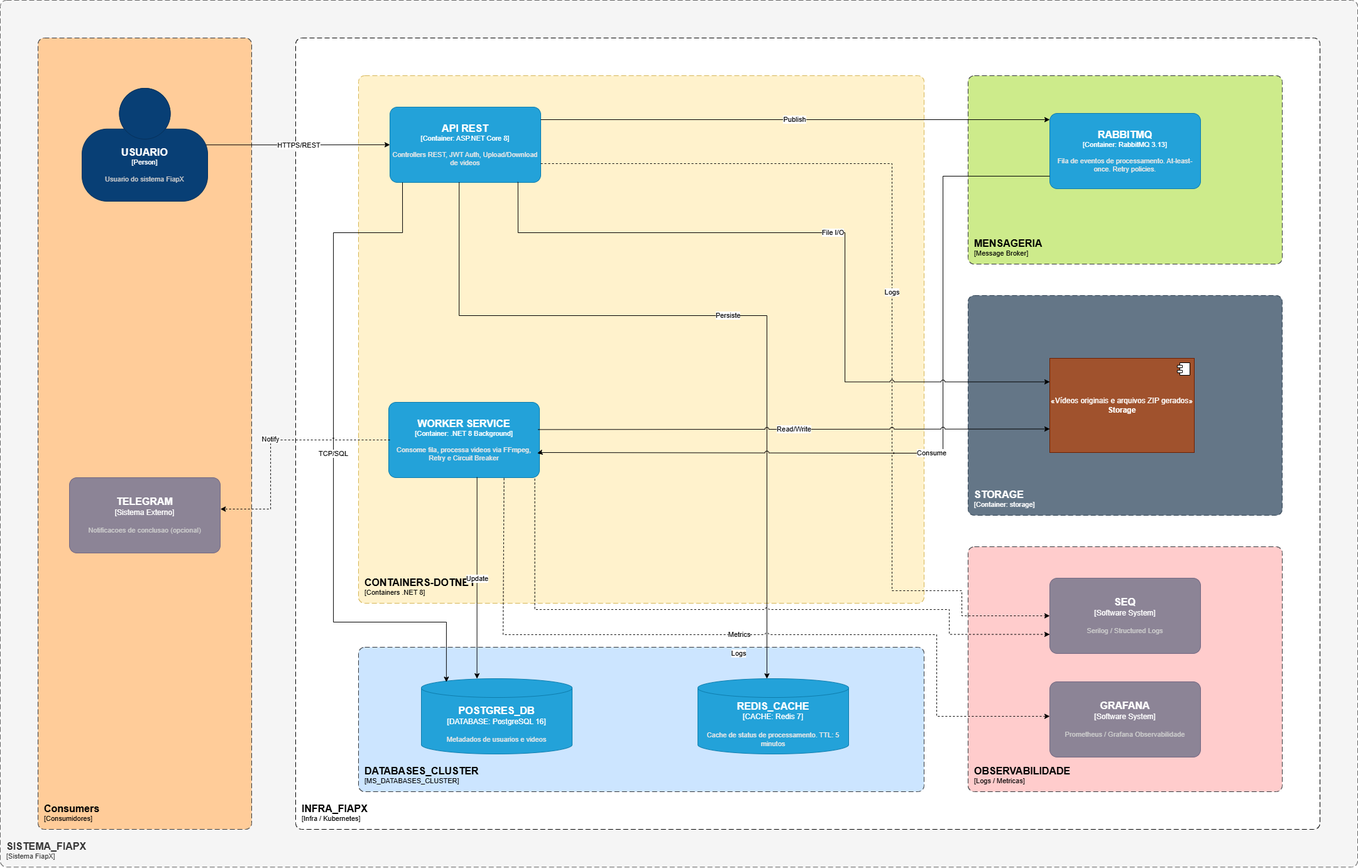
Earlier version of the draw.io export docs/diagrams/03-c4-nivel2-containers.png (PosTechFiap-Entregas/TechChallenge-fase-5-FIAP). Source tidied: cells renumbered, new cells last; positions are measured from the earlier drawing's top-left corner, leaving out a move shared by most shapes.
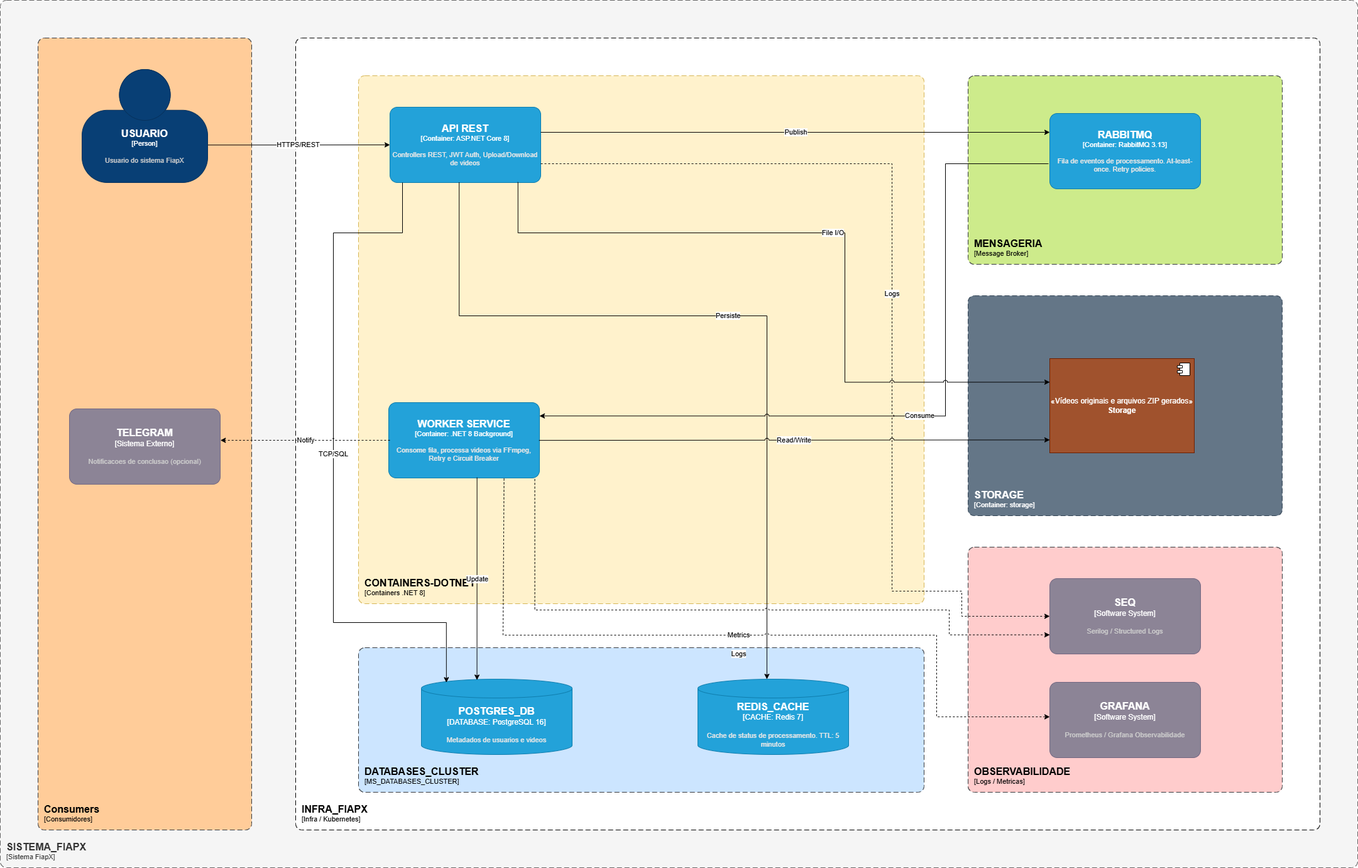
The same file after the commit.

Commit message:
Ajuste diagrama c4 nivel 2

Diff of the diagram source:
```diff
@@ -39,7 +39,7 @@
     </object>
     <object id="9" label="&lt;font style=&quot;font-size: 16px&quot;&gt;&lt;b&gt;%c4Name%&lt;/b&gt;&lt;/font&gt;&lt;div&gt;[%c4Type%]&lt;/div&gt;&lt;br&gt;&lt;div&gt;&lt;font style=&quot;font-size: 11px&quot;&gt;&lt;font color=&quot;#cccccc&quot;&gt;%c4Description%&lt;/font&gt;&lt;/div&gt;" c4Description="Usuario do sistema FiapX" c4Name="USUARIO" c4Type="Person" placeholders="1">
       <mxCell style="html=1;fontSize=11;dashed=0;whiteSpace=wrap;fillColor=#083F75;strokeColor=#06315C;fontColor=#ffffff;shape=mxgraph.c4.person2;align=center;points=[[0.5,0,0],[1,0.5,0],[1,0.75,0],[0.75,1,0],[0.5,1,0],[0.25,1,0],[0,0.75,0],[0,0.5,0]];" parent="1" vertex="1">
-        <mxGeometry x="130" y="140" width="200" height="180" as="geometry" />
+        <mxGeometry x="130" y="110" width="200" height="180" as="geometry" />
       </mxCell>
     </object>
     <object id="10" label="&lt;font style=&quot;font-size: 16px&quot;&gt;&lt;b&gt;%c4Name%&lt;/b&gt;&lt;/font&gt;&lt;div&gt;[%c4Type%:&amp;nbsp;%c4Technology%]&lt;/div&gt;&lt;br&gt;&lt;div&gt;&lt;font style=&quot;font-size: 11px&quot;&gt;&lt;font color=&quot;#E6E6E6&quot;&gt;%c4Description%&lt;/font&gt;&lt;/div&gt;" c4Description="Controllers REST, JWT Auth, Upload/Download de videos" c4Name="API REST" c4Technology="ASP.NET Core 8" c4Type="Container" placeholders="1">
@@ -74,10 +74,10 @@
     </object>
     <object id="16" label="&lt;font style=&quot;font-size: 16px&quot;&gt;&lt;b&gt;%c4Name%&lt;/b&gt;&lt;/font&gt;&lt;div&gt;[%c4Type%]&lt;/div&gt;&lt;br&gt;&lt;div&gt;&lt;font style=&quot;font-size: 11px&quot;&gt;&lt;font color=&quot;#cccccc&quot;&gt;%c4Description%&lt;/font&gt;&lt;/div&gt;" c4Description="Notificacoes de conclusao (opcional)" c4Name="TELEGRAM" c4Type="Sistema Externo" placeholders="1">
       <mxCell style="rounded=1;whiteSpace=wrap;html=1;labelBackgroundColor=none;fillColor=#8C8496;fontColor=#ffffff;align=center;arcSize=10;strokeColor=#736782;points=[[0.25,0,0],[0.5,0,0],[0.75,0,0],[1,0.25,0],[1,0.5,0],[1,0.75,0],[0.75,1,0],[0.5,1,0],[0.25,1,0],[0,0.75,0],[0,0.5,0],[0,0.25,0]];" parent="1" vertex="1">
-        <mxGeometry x="110" y="760" width="240" height="120" as="geometry" />
+        <mxGeometry x="110" y="650" width="240" height="120" as="geometry" />
       </mxCell>
     </object>
-    <mxCell id="17" value="HTTPS/REST" style="edgeStyle=orthogonalEdgeStyle;rounded=0;jettySize=auto;html=1;exitX=0.987;exitY=0.501;exitDx=0;exitDy=0;exitPerimeter=0;entryX=0;entryY=0.5;entryDx=0;entryDy=0;entryPerimeter=0;" parent="1" edge="1" source="9" target="10">
+    <mxCell id="17" value="HTTPS/REST" style="edgeStyle=orthogonalEdgeStyle;rounded=0;jettySize=auto;html=1;entryX=0;entryY=0.5;entryDx=0;entryDy=0;entryPerimeter=0;exitX=1.003;exitY=0.668;exitDx=0;exitDy=0;exitPerimeter=0;" parent="1" edge="1" source="9" target="10">
       <mxGeometry relative="1" as="geometry" />
     </mxCell>
     <mxCell id="18" value="TCP/SQL" style="edgeStyle=orthogonalEdgeStyle;rounded=0;jettySize=auto;html=1;jumpStyle=arc;entryX=0.166;entryY=0.045;entryDx=0;entryDy=0;entryPerimeter=0;" parent="1" edge="1" target="13">
@@ -99,35 +99,28 @@
         </Array>
       </mxGeometry>
     </mxCell>
-    <mxCell id="20" value="Publish" style="edgeStyle=orthogonalEdgeStyle;rounded=0;orthogonalLoop=1;jettySize=auto;html=1;entryX=0;entryY=0.5;entryDx=0;entryDy=0;entryPerimeter=0;" parent="1" edge="1">
+    <mxCell id="20" value="Publish" style="edgeStyle=orthogonalEdgeStyle;rounded=0;orthogonalLoop=1;jettySize=auto;html=1;" parent="1" edge="1">
       <mxGeometry relative="1" as="geometry">
-        <mxPoint x="860" y="190" as="sourcePoint" />
-        <mxPoint x="1670" y="190" as="targetPoint" />
+        <mxPoint x="860" y="210" as="sourcePoint" />
+        <mxPoint x="1670" y="210" as="targetPoint" />
         <Array as="points">
-          <mxPoint x="860" y="190" />
+          <mxPoint x="860" y="210" />
+          <mxPoint x="1670" y="210" />
         </Array>
       </mxGeometry>
     </mxCell>
-    <mxCell id="21" value="Consume" style="edgeStyle=orthogonalEdgeStyle;rounded=0;jettySize=auto;html=1;jumpStyle=arc;entryX=0.985;entryY=0.677;entryDx=0;entryDy=0;entryPerimeter=0;" parent="1" edge="1" target="11">
+    <mxCell id="21" value="Consume" style="edgeStyle=orthogonalEdgeStyle;rounded=0;orthogonalLoop=1;jettySize=auto;html=1;jumpStyle=arc;entryX=0.985;entryY=0.677;entryDx=0;entryDy=0;entryPerimeter=0;exitX=0;exitY=0.75;exitDx=0;exitDy=0;exitPerimeter=0;" parent="1" edge="1">
       <mxGeometry relative="1" as="geometry">
-        <mxPoint x="1670" y="280" as="sourcePoint" />
+        <mxPoint x="1668" y="260" as="sourcePoint" />
+        <mxPoint x="858" y="661.3" as="targetPoint" />
         <Array as="points">
-          <mxPoint x="1500" y="280" />
-          <mxPoint x="1500" y="721" />
-          <mxPoint x="930" y="721" />
-          <mxPoint x="930" y="720" />
-          <mxPoint x="860" y="720" />
-          <mxPoint x="860" y="721" />
+          <mxPoint x="1504" y="260" />
+          <mxPoint x="1504" y="661" />
         </Array>
       </mxGeometry>
     </mxCell>
-    <mxCell id="22" value="Update" style="edgeStyle=orthogonalEdgeStyle;rounded=0;jettySize=auto;html=1;exitX=0.586;exitY=0.993;exitDx=0;exitDy=0;exitPerimeter=0;" parent="1" edge="1" source="11">
-      <mxGeometry relative="1" as="geometry">
-        <mxPoint x="760" y="1080" as="targetPoint" />
-        <Array as="points">
-          <mxPoint x="759" y="1080" />
-        </Array>
-      </mxGeometry>
+    <mxCell id="22" value="Update" style="edgeStyle=orthogonalEdgeStyle;rounded=0;jettySize=auto;html=1;exitX=0.586;exitY=0.993;exitDx=0;exitDy=0;exitPerimeter=0;entryX=0.369;entryY=0.011;entryDx=0;entryDy=0;entryPerimeter=0;" parent="1" edge="1" source="11" target="13">
+      <mxGeometry relative="1" as="geometry" />
     </mxCell>
     <mxCell id="23" value="Logs" style="edgeStyle=orthogonalEdgeStyle;rounded=0;jettySize=auto;html=1;dashed=1;jumpStyle=arc;exitX=1;exitY=0.75;exitDx=0;exitDy=0;exitPerimeter=0;entryX=0;entryY=0.5;entryDx=0;entryDy=0;entryPerimeter=0;" parent="1" edge="1" source="10" target="14">
       <mxGeometry relative="1" as="geometry">
@@ -154,8 +147,8 @@
       <mxGeometry relative="1" as="geometry">
         <mxPoint x="620" y="700" as="sourcePoint" />
         <Array as="points">
-          <mxPoint x="430" y="700" />
-          <mxPoint x="430" y="810" />
+          <mxPoint x="400" y="700" />
+          <mxPoint x="400" y="700" />
         </Array>
       </mxGeometry>
     </mxCell>
@@ -198,10 +191,11 @@
         </Array>
       </mxGeometry>
     </mxCell>
-    <mxCell id="32" value="Read/Write" style="edgeStyle=orthogonalEdgeStyle;rounded=0;jettySize=auto;html=1;jumpStyle=arc;entryX=0;entryY=0.75;entryDx=0;entryDy=0;exitX=0.991;exitY=0.362;exitDx=0;exitDy=0;exitPerimeter=0;" parent="1" edge="1" source="11" target="29">
+    <mxCell id="32" value="Read/Write" style="edgeStyle=orthogonalEdgeStyle;rounded=0;jettySize=auto;html=1;jumpStyle=arc;entryX=0;entryY=0.75;entryDx=0;entryDy=0;exitX=0.997;exitY=0.501;exitDx=0;exitDy=0;exitPerimeter=0;" parent="1" edge="1" source="11">
       <mxGeometry relative="1" as="geometry">
+        <mxPoint x="1670" y="699.4" as="targetPoint" />
         <Array as="points">
-          <mxPoint x="860" y="683" />
+          <mxPoint x="860" y="700" />
         </Array>
       </mxGeometry>
     </mxCell>
```
